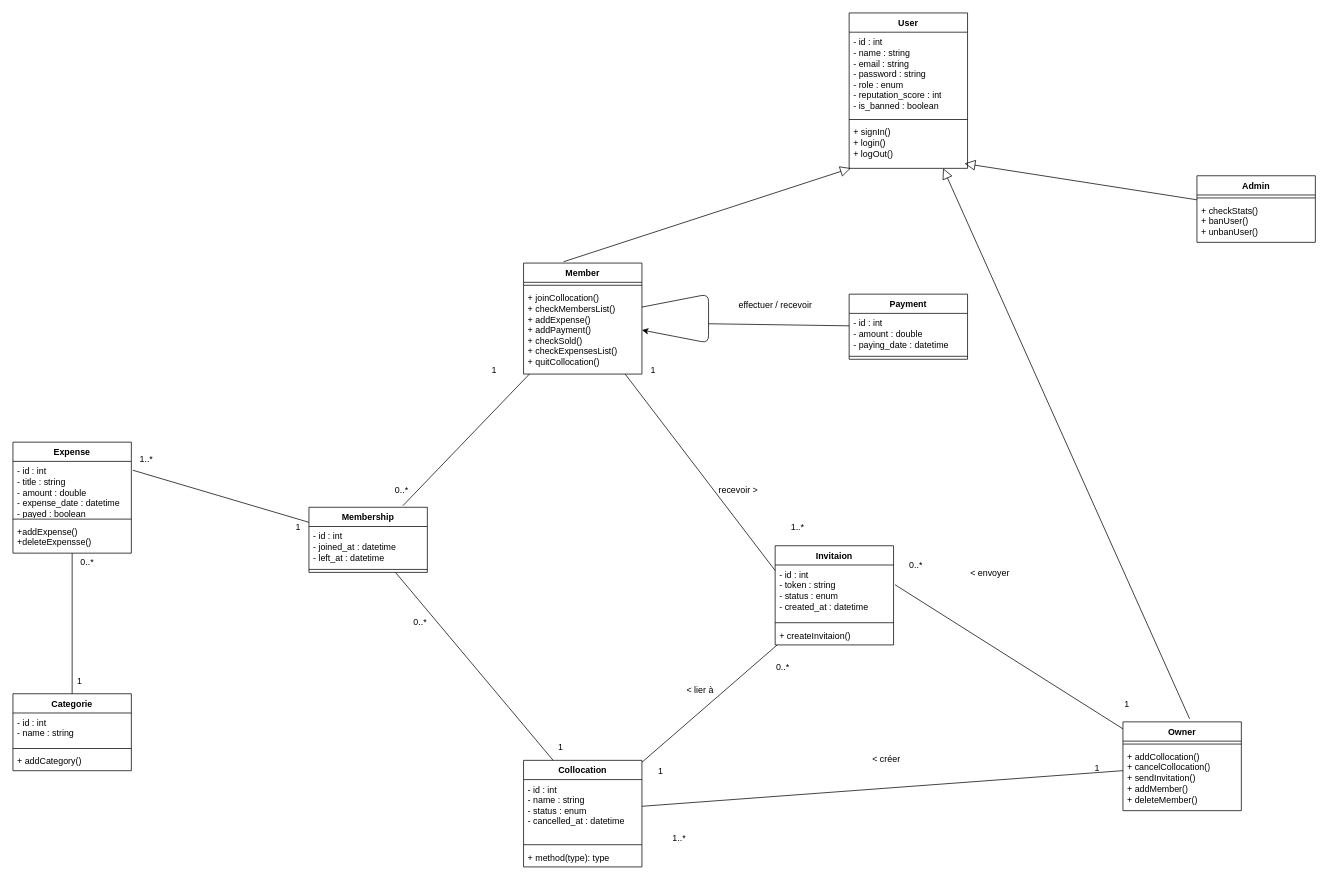
This is UML/ClassDiagram.drawio from mo24ali/easycoloc, a draw.io file, before an edit. Source tidied: cells renumbered, new cells numbered last; positions are measured from the earlier drawing's top-left corner, leaving out a move shared by most shapes. Both pictures are drawn from the tidied source at 74%, with x=0, y=0 at pixel (13, 13).
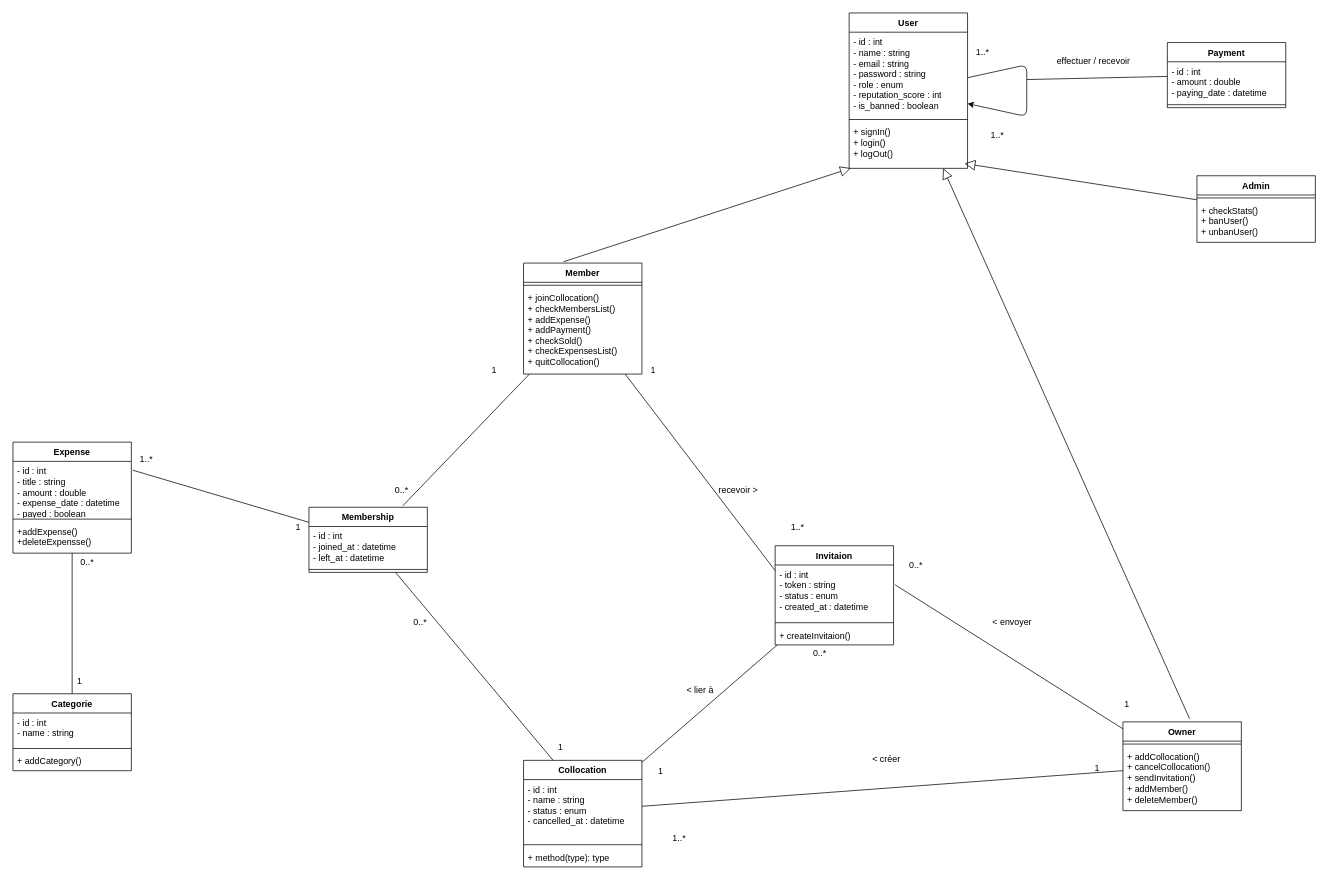
Above is the later version.

Commit message:
modified the class diagram

The change refers to these unchanged cells:
```xml
<mxCell id="2" value="User" style="swimlane;fontStyle=1;align=center;verticalAlign=top;horizontal=1;startSize=26;whiteSpace=wrap;html=1;" parent="1" vertex="1">
  <mxGeometry x="1130" width="160" height="210" as="geometry" />
</mxCell>
<mxCell id="6" value="Member" style="swimlane;fontStyle=1;align=center;verticalAlign=top;horizontal=1;startSize=26;whiteSpace=wrap;html=1;" parent="1" vertex="1">
  <mxGeometry x="690" y="338" width="160" height="150" as="geometry" />
</mxCell>
```

The edit, as a diff of the source:
```diff
@@
     <mxCell id="57" value="0..*" style="text;html=1;align=center;verticalAlign=middle;strokeColor=none;fillColor=none;" parent="1" vertex="1">
-      <mxGeometry x="1020" y="870" width="40" height="30" as="geometry" />
+      <mxGeometry x="1070" y="850" width="40" height="30" as="geometry" />
     </mxCell>
@@
     <mxCell id="62" value="&amp;lt; envoyer" style="text;html=1;align=center;verticalAlign=middle;strokeColor=none;fillColor=none;" parent="1" vertex="1">
-      <mxGeometry x="1280" y="742" width="80" height="30" as="geometry" />
+      <mxGeometry x="1310" y="808" width="80" height="30" as="geometry" />
     </mxCell>
@@
-    <mxCell id="64" style="edgeStyle=none;html=1;" parent="1" edge="1" source="6" target="6">
-      <mxGeometry relative="1" as="geometry">
-        <Array as="points">
-          <mxPoint x="940" y="380" />
-        </Array>
-      </mxGeometry>
-    </mxCell>
@@
     <mxCell id="66" value="Payment" style="swimlane;fontStyle=1;align=center;verticalAlign=top;horizontal=1;startSize=26;whiteSpace=wrap;html=1;" parent="1" vertex="1">
-      <mxGeometry x="1130" y="380" width="160" height="88" as="geometry" />
+      <mxGeometry x="1560" y="40" width="160" height="88" as="geometry" />
     </mxCell>
@@
     <mxCell id="69" style="edgeStyle=none;html=1;endArrow=none;verticalAlign=bottom;" parent="1" edge="1" target="66">
       <mxGeometry relative="1" as="geometry">
-        <mxPoint x="940" y="420" as="sourcePoint" />
+        <mxPoint x="1370" y="90" as="sourcePoint" />
       </mxGeometry>
     </mxCell>
     <mxCell id="70" value="effectuer / recevoir" style="text;html=1;align=center;verticalAlign=middle;strokeColor=none;fillColor=none;" parent="1" vertex="1">
-      <mxGeometry x="970" y="380" width="120" height="30" as="geometry" />
+      <mxGeometry x="1400" y="50" width="120" height="30" as="geometry" />
     </mxCell>
+    <mxCell id="71" style="edgeStyle=none;html=1;" parent="1" edge="1" source="2" target="2">
+      <mxGeometry relative="1" as="geometry">
+        <Array as="points">
+          <mxPoint x="1370" y="70" />
+        </Array>
+      </mxGeometry>
+    </mxCell>
+    <mxCell id="72" value="1..*" style="text;html=1;align=center;verticalAlign=middle;strokeColor=none;fillColor=none;" parent="1" vertex="1">
+      <mxGeometry x="1290" y="38" width="40" height="30" as="geometry" />
+    </mxCell>
+    <mxCell id="73" value="1..*" style="text;html=1;align=center;verticalAlign=middle;strokeColor=none;fillColor=none;" parent="1" vertex="1">
+      <mxGeometry x="1310" y="150" width="40" height="30" as="geometry" />
+    </mxCell>
```
